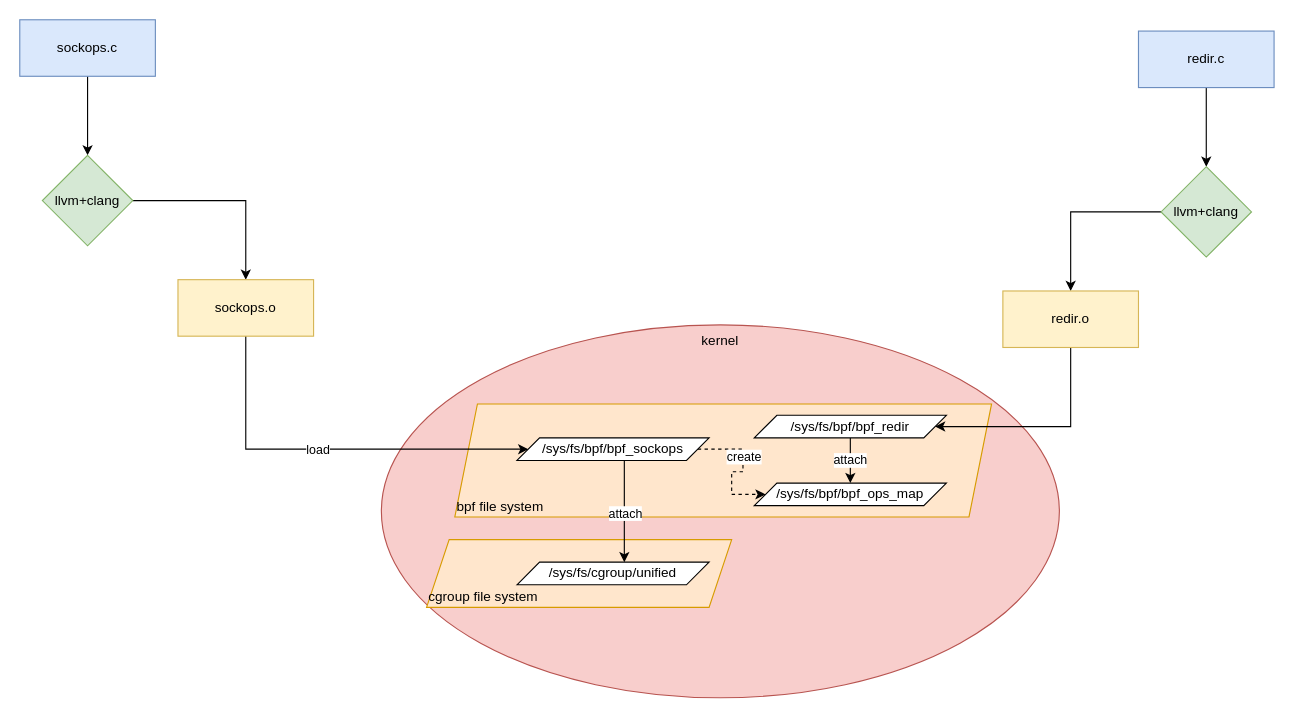
Before: ebpf_load_process.drawio in xu1zhou/Documents, a draw.io diagram. Source tidied: cells renumbered, new cells numbered last; positions are measured from the earlier drawing's top-left corner, leaving out a move shared by most shapes. Both pictures are drawn from the tidied source at 113%, with x=0, y=0 at pixel (19, 19).
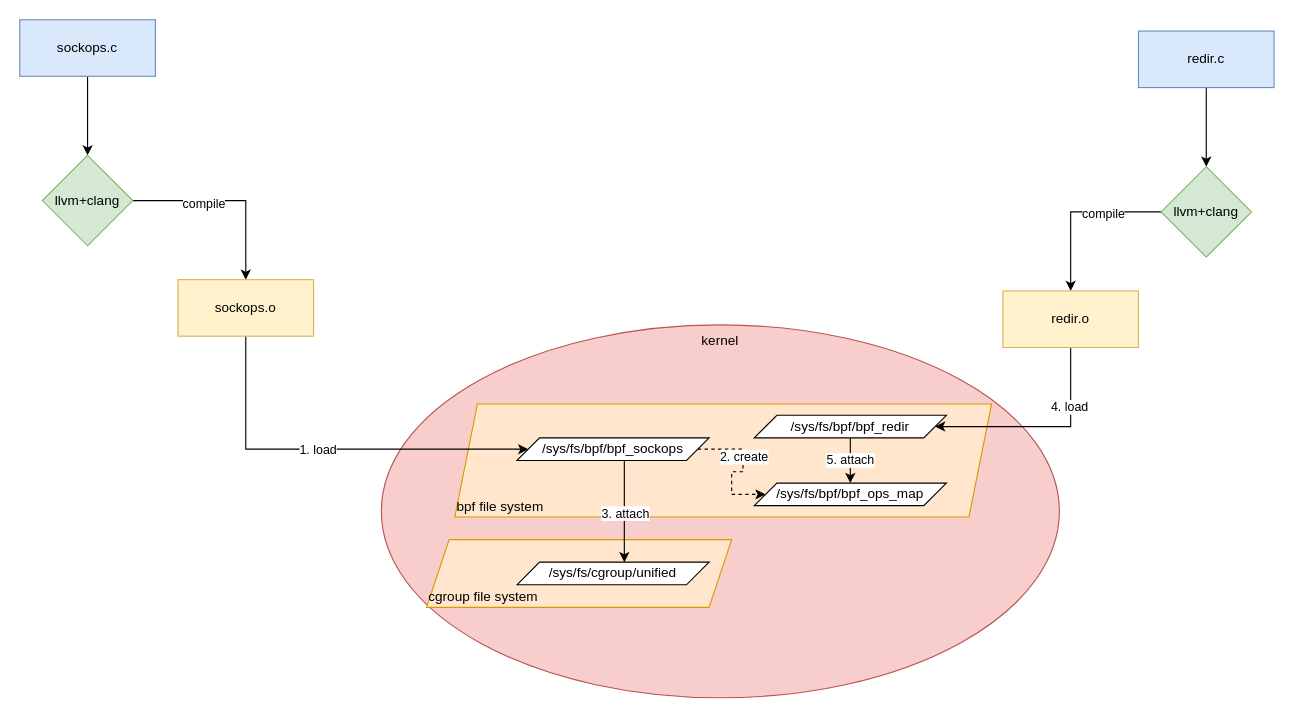
After the change.

The change refers to these unchanged cells:
```xml
<mxCell id="6" style="edgeStyle=orthogonalEdgeStyle;rounded=0;jettySize=auto;html=1;entryX=0.5;entryY=0;entryDx=0;entryDy=0;" parent="1" edge="1" source="7" target="14">
  <mxGeometry relative="1" as="geometry" />
</mxCell>
<mxCell id="8" style="edgeStyle=orthogonalEdgeStyle;rounded=0;jettySize=auto;html=1;entryX=0;entryY=0.5;entryDx=0;entryDy=0;" parent="1" edge="1" target="25">
  <mxGeometry relative="1" as="geometry">
    <mxPoint x="200" y="270" as="sourcePoint" />
    <Array as="points">
      <mxPoint x="200" y="380" />
    </Array>
  </mxGeometry>
</mxCell>
<mxCell id="11" style="edgeStyle=orthogonalEdgeStyle;rounded=0;jettySize=auto;html=1;" parent="1" edge="1" source="25" target="13">
  <mxGeometry relative="1" as="geometry">
    <Array as="points">
      <mxPoint x="535" y="450" />
      <mxPoint x="535" y="450" />
    </Array>
  </mxGeometry>
</mxCell>
<mxCell id="17" style="edgeStyle=orthogonalEdgeStyle;rounded=0;jettySize=auto;html=1;entryX=0.5;entryY=0;entryDx=0;entryDy=0;" parent="1" edge="1" source="18" target="20">
  <mxGeometry relative="1" as="geometry" />
</mxCell>
<mxCell id="19" style="edgeStyle=orthogonalEdgeStyle;rounded=0;jettySize=auto;html=1;entryX=1;entryY=0.5;entryDx=0;entryDy=0;" parent="1" edge="1" source="20" target="22">
  <mxGeometry relative="1" as="geometry">
    <Array as="points">
      <mxPoint x="930" y="360" />
    </Array>
  </mxGeometry>
</mxCell>
<mxCell id="22" value="/sys/fs/bpf/bpf_redir" style="shape=parallelogram;perimeter=parallelogramPerimeter;whiteSpace=wrap;html=1;fixedSize=1;align=center;" parent="1" vertex="1">
  <mxGeometry x="650" y="350" width="170" height="20" as="geometry" />
</mxCell>
<mxCell id="23" style="edgeStyle=entityRelationEdgeStyle;rounded=0;jettySize=auto;html=1;entryX=0;entryY=0.5;entryDx=0;entryDy=0;dashed=1;" parent="1" edge="1" source="25" target="26">
  <mxGeometry relative="1" as="geometry" />
</mxCell>
<mxCell id="26" value="/sys/fs/bpf/bpf_ops_map" style="shape=parallelogram;perimeter=parallelogramPerimeter;whiteSpace=wrap;html=1;fixedSize=1;align=center;" parent="1" vertex="1">
  <mxGeometry x="650" y="410" width="170" height="20" as="geometry" />
</mxCell>
```

Change to the diagram source:
```diff
@@
+    <mxCell id="28" value="compile" style="edgeLabel;html=1;align=center;verticalAlign=middle;" parent="6" vertex="1">
+      <mxGeometry x="-0.27" y="-2" relative="1" as="geometry" />
+    </mxCell>
@@
-    <mxCell id="9" value="load" style="edgeLabel;html=1;align=center;verticalAlign=middle;" parent="8" vertex="1">
+    <mxCell id="9" value="1. load" style="edgeLabel;html=1;align=center;verticalAlign=middle;" parent="8" vertex="1">
       <mxGeometry x="-0.2" y="1" relative="1" as="geometry">
         <mxPoint x="29" y="1" as="offset" />
       </mxGeometry>
     </mxCell>
@@
-    <mxCell id="12" value="attach" style="edgeLabel;html=1;align=center;verticalAlign=middle;" parent="11" vertex="1">
+    <mxCell id="12" value="3. attach" style="edgeLabel;html=1;align=center;verticalAlign=middle;" parent="11" vertex="1">
       <mxGeometry x="-0.24" y="2" relative="1" as="geometry">
         <mxPoint x="-2" y="12" as="offset" />
       </mxGeometry>
     </mxCell>
@@
+    <mxCell id="29" value="compile" style="edgeLabel;html=1;align=center;verticalAlign=middle;" parent="17" vertex="1">
+      <mxGeometry x="-0.31" y="1" relative="1" as="geometry" />
+    </mxCell>
@@
+    <mxCell id="30" value="4. load" style="edgeLabel;html=1;align=center;verticalAlign=middle;" parent="19" vertex="1">
+      <mxGeometry x="-0.45" y="-2" relative="1" as="geometry" />
+    </mxCell>
@@
-    <mxCell id="21" value="attach" style="edgeStyle=orthogonalEdgeStyle;rounded=0;jettySize=auto;html=1;" parent="1" edge="1" source="22" target="26">
+    <mxCell id="21" value="5. attach" style="edgeStyle=orthogonalEdgeStyle;rounded=0;jettySize=auto;html=1;" parent="1" edge="1" source="22" target="26">
       <mxGeometry relative="1" as="geometry" />
     </mxCell>
@@
-    <mxCell id="24" value="create" style="edgeLabel;html=1;align=center;verticalAlign=middle;" parent="23" vertex="1">
+    <mxCell id="24" value="2. create" style="edgeLabel;html=1;align=center;verticalAlign=middle;" parent="23" vertex="1">
       <mxGeometry x="-0.23" relative="1" as="geometry" />
     </mxCell>
```
